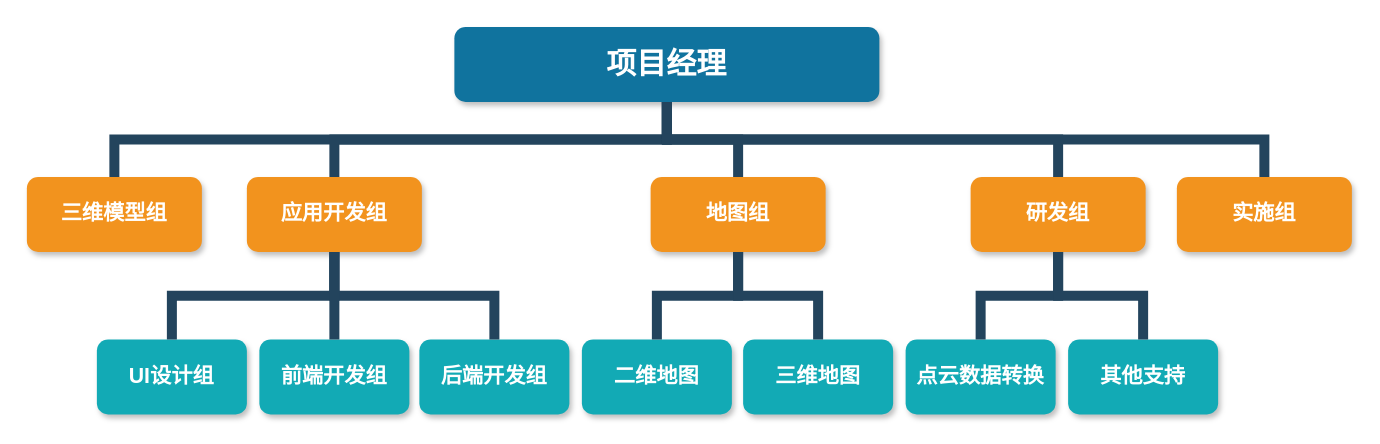
This is 实施方案-人员组织架构.drawio from DeanTuYu/DrawIo, a draw.io file, before an edit. Source tidied: cells renumbered, new cells numbered last; positions are measured from the earlier drawing's top-left corner, leaving out a move shared by most shapes. Both pictures are drawn from the tidied source at 125%, with x=0, y=0 at pixel (26, 26).
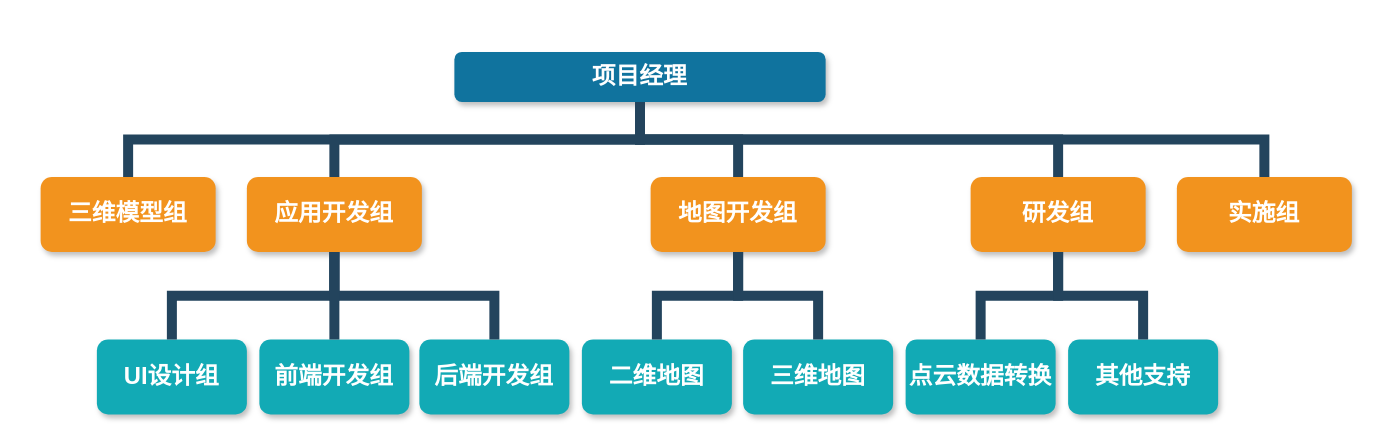
After the change.

Commit message:
Update 实施方案-人员组织架构.drawio

What changed in the source:
```diff
@@
-    <mxCell id="2" value="项目经理" style="whiteSpace=wrap;rounded=1;shadow=1;fillColor=#10739E;strokeColor=none;fontColor=#FFFFFF;fontStyle=1;fontSize=24;" parent="1" vertex="1">
-      <mxGeometry x="342" width="340" height="60" as="geometry" />
+    <mxCell id="2" value="项目经理" style="whiteSpace=wrap;rounded=1;shadow=1;fillColor=#10739E;strokeColor=none;fontColor=#FFFFFF;fontStyle=1;fontSize=19;" parent="1" vertex="1">
+      <mxGeometry x="342" y="20" width="297" height="40" as="geometry" />
     </mxCell>
-    <mxCell id="3" value="三维模型组" style="whiteSpace=wrap;rounded=1;fillColor=#F2931E;strokeColor=none;shadow=1;fontColor=#FFFFFF;fontStyle=1;fontSize=17;" parent="1" vertex="1">
-      <mxGeometry y="120" width="140" height="60" as="geometry" />
+    <mxCell id="3" value="三维模型组" style="whiteSpace=wrap;rounded=1;fillColor=#F2931E;strokeColor=none;shadow=1;fontColor=#FFFFFF;fontStyle=1;fontSize=19;" parent="1" vertex="1">
+      <mxGeometry x="11" y="120" width="140" height="60" as="geometry" />
     </mxCell>
-    <mxCell id="4" value="实施组" style="whiteSpace=wrap;rounded=1;fillColor=#F2931E;strokeColor=none;shadow=1;fontColor=#FFFFFF;fontStyle=1;fontSize=17;" parent="1" vertex="1">
+    <mxCell id="4" value="实施组" style="whiteSpace=wrap;rounded=1;fillColor=#F2931E;strokeColor=none;shadow=1;fontColor=#FFFFFF;fontStyle=1;fontSize=19;" parent="1" vertex="1">
       <mxGeometry x="920" y="120" width="140" height="60" as="geometry" />
     </mxCell>
-    <mxCell id="5" value="应用开发组" style="whiteSpace=wrap;rounded=1;fillColor=#F2931E;strokeColor=none;shadow=1;fontColor=#FFFFFF;fontStyle=1;fontSize=17;" parent="1" vertex="1">
+    <mxCell id="5" value="应用开发组" style="whiteSpace=wrap;rounded=1;fillColor=#F2931E;strokeColor=none;shadow=1;fontColor=#FFFFFF;fontStyle=1;fontSize=19;" parent="1" vertex="1">
       <mxGeometry x="176" y="120" width="140" height="60" as="geometry" />
     </mxCell>
-    <mxCell id="6" value="地图组" style="whiteSpace=wrap;rounded=1;fillColor=#F2931E;strokeColor=none;shadow=1;fontColor=#FFFFFF;fontStyle=1;fontSize=17;" parent="1" vertex="1">
+    <mxCell id="6" value="地图开发组" style="whiteSpace=wrap;rounded=1;fillColor=#F2931E;strokeColor=none;shadow=1;fontColor=#FFFFFF;fontStyle=1;fontSize=19;" parent="1" vertex="1">
       <mxGeometry x="499" y="120" width="140" height="60" as="geometry" />
     </mxCell>
-    <mxCell id="7" value="研发组" style="whiteSpace=wrap;rounded=1;fillColor=#F2931E;strokeColor=none;shadow=1;fontColor=#FFFFFF;fontStyle=1;fontSize=17;" parent="1" vertex="1">
+    <mxCell id="7" value="研发组" style="whiteSpace=wrap;rounded=1;fillColor=#F2931E;strokeColor=none;shadow=1;fontColor=#FFFFFF;fontStyle=1;fontSize=19;" parent="1" vertex="1">
       <mxGeometry x="755" y="120" width="140" height="60" as="geometry" />
     </mxCell>
-    <mxCell id="8" value="UI设计组" style="whiteSpace=wrap;rounded=1;fillColor=#12AAB5;strokeColor=none;shadow=1;fontColor=#FFFFFF;fontSize=17;fontStyle=1;" parent="1" vertex="1">
+    <mxCell id="8" value="UI设计组" style="whiteSpace=wrap;rounded=1;fillColor=#12AAB5;strokeColor=none;shadow=1;fontColor=#FFFFFF;fontSize=19;fontStyle=1;" parent="1" vertex="1">
       <mxGeometry x="56" y="250" width="120" height="60" as="geometry" />
     </mxCell>
-    <mxCell id="9" value="后端开发组" style="whiteSpace=wrap;rounded=1;fillColor=#12AAB5;strokeColor=none;shadow=1;fontColor=#FFFFFF;fontSize=17;fontStyle=1;" parent="1" vertex="1">
+    <mxCell id="9" value="后端开发组" style="whiteSpace=wrap;rounded=1;fillColor=#12AAB5;strokeColor=none;shadow=1;fontColor=#FFFFFF;fontSize=19;fontStyle=1;" parent="1" vertex="1">
       <mxGeometry x="314" y="250" width="120" height="60" as="geometry" />
     </mxCell>
-    <mxCell id="10" value="二维地图" style="whiteSpace=wrap;rounded=1;fillColor=#12AAB5;strokeColor=none;shadow=1;fontColor=#FFFFFF;fontSize=17;fontStyle=1;" parent="1" vertex="1">
+    <mxCell id="10" value="二维地图" style="whiteSpace=wrap;rounded=1;fillColor=#12AAB5;strokeColor=none;shadow=1;fontColor=#FFFFFF;fontSize=19;fontStyle=1;" parent="1" vertex="1">
       <mxGeometry x="444" y="250" width="120" height="60" as="geometry" />
     </mxCell>
-    <mxCell id="11" value="三维地图" style="whiteSpace=wrap;rounded=1;fillColor=#12AAB5;strokeColor=none;shadow=1;fontColor=#FFFFFF;fontSize=17;fontStyle=1;" parent="1" vertex="1">
+    <mxCell id="11" value="三维地图" style="whiteSpace=wrap;rounded=1;fillColor=#12AAB5;strokeColor=none;shadow=1;fontColor=#FFFFFF;fontSize=19;fontStyle=1;" parent="1" vertex="1">
       <mxGeometry x="573" y="250" width="120" height="60" as="geometry" />
     </mxCell>
-    <mxCell id="12" value="点云数据转换" style="whiteSpace=wrap;rounded=1;fillColor=#12AAB5;strokeColor=none;shadow=1;fontColor=#FFFFFF;fontSize=17;fontStyle=1;" parent="1" vertex="1">
+    <mxCell id="12" value="点云数据转换" style="whiteSpace=wrap;rounded=1;fillColor=#12AAB5;strokeColor=none;shadow=1;fontColor=#FFFFFF;fontSize=19;fontStyle=1;" parent="1" vertex="1">
       <mxGeometry x="703" y="250" width="120" height="60" as="geometry" />
     </mxCell>
-    <mxCell id="13" value="其他支持" style="whiteSpace=wrap;rounded=1;fillColor=#12AAB5;strokeColor=none;shadow=1;fontColor=#FFFFFF;fontSize=17;fontStyle=1;" parent="1" vertex="1">
+    <mxCell id="13" value="其他支持" style="whiteSpace=wrap;rounded=1;fillColor=#12AAB5;strokeColor=none;shadow=1;fontColor=#FFFFFF;fontSize=19;fontStyle=1;" parent="1" vertex="1">
       <mxGeometry x="833" y="250" width="120" height="60" as="geometry" />
     </mxCell>
-    <mxCell id="14" style="edgeStyle=elbowEdgeStyle;elbow=vertical;rounded=0;fontColor=#000000;endArrow=none;endFill=0;strokeWidth=8;strokeColor=#23445D;" parent="1" edge="1" source="5" target="8">
+    <mxCell id="14" style="edgeStyle=elbowEdgeStyle;elbow=vertical;rounded=0;fontColor=#000000;endArrow=none;endFill=0;strokeWidth=8;strokeColor=#23445D;fontSize=19;" parent="1" edge="1" source="5" target="8">
       <mxGeometry relative="1" as="geometry" />
     </mxCell>
-    <mxCell id="15" style="edgeStyle=elbowEdgeStyle;elbow=vertical;rounded=0;fontColor=#000000;endArrow=none;endFill=0;strokeWidth=8;strokeColor=#23445D;" parent="1" edge="1" source="5" target="9">
+    <mxCell id="15" style="edgeStyle=elbowEdgeStyle;elbow=vertical;rounded=0;fontColor=#000000;endArrow=none;endFill=0;strokeWidth=8;strokeColor=#23445D;fontSize=19;" parent="1" edge="1" source="5" target="9">
       <mxGeometry relative="1" as="geometry" />
     </mxCell>
-    <mxCell id="16" style="edgeStyle=elbowEdgeStyle;elbow=vertical;rounded=0;fontColor=#000000;endArrow=none;endFill=0;strokeWidth=8;strokeColor=#23445D;" parent="1" edge="1" source="6" target="10">
+    <mxCell id="16" style="edgeStyle=elbowEdgeStyle;elbow=vertical;rounded=0;fontColor=#000000;endArrow=none;endFill=0;strokeWidth=8;strokeColor=#23445D;fontSize=19;" parent="1" edge="1" source="6" target="10">
       <mxGeometry relative="1" as="geometry" />
     </mxCell>
-    <mxCell id="17" style="edgeStyle=elbowEdgeStyle;elbow=vertical;rounded=0;fontColor=#000000;endArrow=none;endFill=0;strokeWidth=8;strokeColor=#23445D;" parent="1" edge="1" source="6" target="11">
+    <mxCell id="17" style="edgeStyle=elbowEdgeStyle;elbow=vertical;rounded=0;fontColor=#000000;endArrow=none;endFill=0;strokeWidth=8;strokeColor=#23445D;fontSize=19;" parent="1" edge="1" source="6" target="11">
       <mxGeometry relative="1" as="geometry" />
     </mxCell>
-    <mxCell id="18" style="edgeStyle=elbowEdgeStyle;elbow=vertical;rounded=0;fontColor=#000000;endArrow=none;endFill=0;strokeWidth=8;strokeColor=#23445D;" parent="1" edge="1" source="7" target="12">
+    <mxCell id="18" style="edgeStyle=elbowEdgeStyle;elbow=vertical;rounded=0;fontColor=#000000;endArrow=none;endFill=0;strokeWidth=8;strokeColor=#23445D;fontSize=19;" parent="1" edge="1" source="7" target="12">
       <mxGeometry relative="1" as="geometry" />
     </mxCell>
-    <mxCell id="19" style="edgeStyle=elbowEdgeStyle;elbow=vertical;rounded=0;fontColor=#000000;endArrow=none;endFill=0;strokeWidth=8;strokeColor=#23445D;" parent="1" edge="1" source="7" target="13">
+    <mxCell id="19" style="edgeStyle=elbowEdgeStyle;elbow=vertical;rounded=0;fontColor=#000000;endArrow=none;endFill=0;strokeWidth=8;strokeColor=#23445D;fontSize=19;" parent="1" edge="1" source="7" target="13">
       <mxGeometry relative="1" as="geometry" />
     </mxCell>
-    <mxCell id="20" style="edgeStyle=elbowEdgeStyle;elbow=vertical;rounded=0;fontColor=#000000;endArrow=none;endFill=0;strokeWidth=8;strokeColor=#23445D;" parent="1" edge="1" source="2" target="3">
+    <mxCell id="20" style="edgeStyle=elbowEdgeStyle;elbow=vertical;rounded=0;fontColor=#000000;endArrow=none;endFill=0;strokeWidth=8;strokeColor=#23445D;fontSize=19;" parent="1" edge="1" source="2" target="3">
       <mxGeometry relative="1" as="geometry" />
     </mxCell>
-    <mxCell id="21" style="edgeStyle=elbowEdgeStyle;elbow=vertical;rounded=0;fontColor=#000000;endArrow=none;endFill=0;strokeWidth=8;strokeColor=#23445D;" parent="1" edge="1" source="2" target="5">
+    <mxCell id="21" style="edgeStyle=elbowEdgeStyle;elbow=vertical;rounded=0;fontColor=#000000;endArrow=none;endFill=0;strokeWidth=8;strokeColor=#23445D;fontSize=19;" parent="1" edge="1" source="2" target="5">
       <mxGeometry relative="1" as="geometry" />
     </mxCell>
-    <mxCell id="22" style="edgeStyle=elbowEdgeStyle;elbow=vertical;rounded=0;fontColor=#000000;endArrow=none;endFill=0;strokeWidth=8;strokeColor=#23445D;" parent="1" edge="1" source="2" target="6">
+    <mxCell id="22" style="edgeStyle=elbowEdgeStyle;elbow=vertical;rounded=0;fontColor=#000000;endArrow=none;endFill=0;strokeWidth=8;strokeColor=#23445D;fontSize=19;" parent="1" edge="1" source="2" target="6">
       <mxGeometry relative="1" as="geometry" />
     </mxCell>
-    <mxCell id="23" style="edgeStyle=elbowEdgeStyle;elbow=vertical;rounded=0;fontColor=#000000;endArrow=none;endFill=0;strokeWidth=8;strokeColor=#23445D;" parent="1" edge="1" source="2" target="7">
+    <mxCell id="23" style="edgeStyle=elbowEdgeStyle;elbow=vertical;rounded=0;fontColor=#000000;endArrow=none;endFill=0;strokeWidth=8;strokeColor=#23445D;fontSize=19;" parent="1" edge="1" source="2" target="7">
       <mxGeometry relative="1" as="geometry" />
     </mxCell>
-    <mxCell id="24" style="edgeStyle=elbowEdgeStyle;elbow=vertical;rounded=0;fontColor=#000000;endArrow=none;endFill=0;strokeWidth=8;strokeColor=#23445D;" parent="1" edge="1" source="2" target="4">
+    <mxCell id="24" style="edgeStyle=elbowEdgeStyle;elbow=vertical;rounded=0;fontColor=#000000;endArrow=none;endFill=0;strokeWidth=8;strokeColor=#23445D;fontSize=19;" parent="1" edge="1" source="2" target="4">
       <mxGeometry relative="1" as="geometry" />
     </mxCell>
-    <mxCell id="25" value="前端开发组" style="whiteSpace=wrap;rounded=1;fillColor=#12AAB5;strokeColor=none;shadow=1;fontColor=#FFFFFF;fontSize=17;fontStyle=1;" parent="1" vertex="1">
+    <mxCell id="25" value="前端开发组" style="whiteSpace=wrap;rounded=1;fillColor=#12AAB5;strokeColor=none;shadow=1;fontColor=#FFFFFF;fontSize=19;fontStyle=1;" parent="1" vertex="1">
       <mxGeometry x="186" y="250" width="120" height="60" as="geometry" />
     </mxCell>
-    <mxCell id="26" style="edgeStyle=elbowEdgeStyle;elbow=vertical;rounded=0;fontColor=#000000;endArrow=none;endFill=0;strokeWidth=8;strokeColor=#23445D;" parent="1" edge="1" source="5" target="25">
+    <mxCell id="26" style="edgeStyle=elbowEdgeStyle;elbow=vertical;rounded=0;fontColor=#000000;endArrow=none;endFill=0;strokeWidth=8;strokeColor=#23445D;fontSize=19;" parent="1" edge="1" source="5" target="25">
       <mxGeometry relative="1" as="geometry" />
     </mxCell>
```
